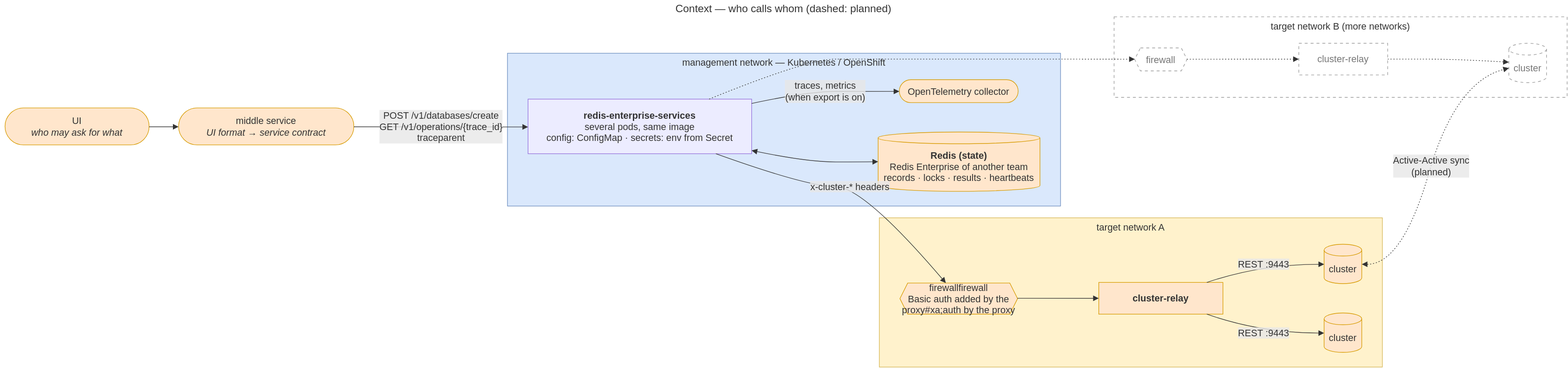
Earlier version of the draw.io export docs/diagrams/02-context.drawio.svg (EliShteinman/redis-enterprise-services). Source tidied: cells renumbered, new cells last; positions are measured from the earlier drawing's top-left corner, leaving out a move shared by most shapes.
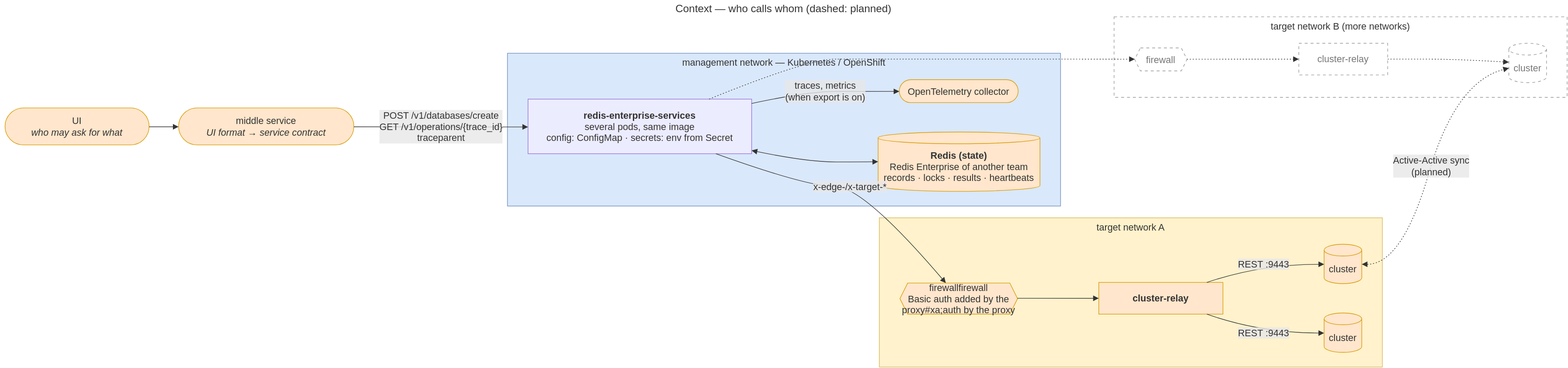
Later version of the same file.

Commit message:
docs(diagrams): the relay headers are x-edge-method, x-edge-url and x-target-*

The edit, as a diff of the source:
```diff
@@ -97,7 +97,7 @@
     <mxCell id="25" value="POST /v1/databases/create&#10;GET /v1/operations/{trace_id}&#10;traceparent" style="curved=1;startArrow=none;endArrow=block;endSize=7;strokeColor=light-dark(#333333,#cccccc);html=1;fontSize=16;labelBackgroundColor=light-dark(#E8E8E88D,#2a2a2a8D);fontFamily=Trebuchet MS,Verdana,Arial,sans-serif;fontColor=light-dark(#333333,#cccccc);exitX=1;exitY=0.51;entryX=0;entryY=0.51;" parent="1" edge="1" source="23" target="3">
       <mxGeometry relative="1" as="geometry" />
     </mxCell>
-    <mxCell id="26" value="x-cluster-* headers" style="curved=1;startArrow=none;endArrow=block;endSize=7;strokeColor=light-dark(#333333,#cccccc);html=1;fontSize=16;labelBackgroundColor=light-dark(#E8E8E88D,#2a2a2a8D);fontFamily=Trebuchet MS,Verdana,Arial,sans-serif;fontColor=light-dark(#333333,#cccccc);exitX=0.84;exitY=1;entryX=0.39;entryY=0;" parent="1" edge="1" source="3" target="9">
+    <mxCell id="26" value="x-edge-/x-target-*" style="curved=1;startArrow=none;endArrow=block;endSize=7;strokeColor=light-dark(#333333,#cccccc);html=1;fontSize=16;labelBackgroundColor=light-dark(#E8E8E88D,#2a2a2a8D);fontFamily=Trebuchet MS,Verdana,Arial,sans-serif;fontColor=light-dark(#333333,#cccccc);exitX=0.84;exitY=1;entryX=0.39;entryY=0;" parent="1" edge="1" source="3" target="9">
       <mxGeometry relative="1" as="geometry">
         <Array as="points">
           <mxPoint x="1372" y="317" />
```
